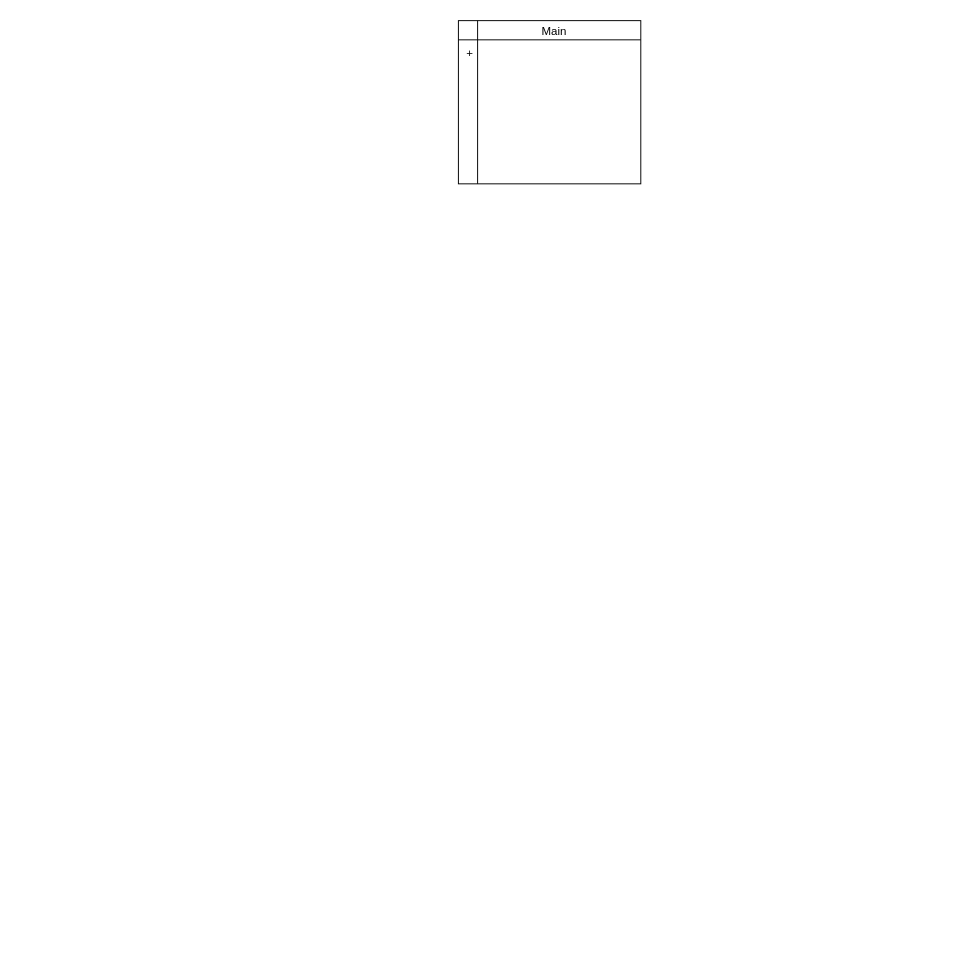
This is UML UD1.drawio from CS112-2564-Fall2024/ud1-usb-4-0, a draw.io file, before an edit. Source tidied: cells renumbered, new cells numbered last; positions are measured from the earlier drawing's top-left corner, leaving out a move shared by most shapes. Both pictures are drawn from the tidied source at 96%, with x=0, y=0 at pixel (458, 16).
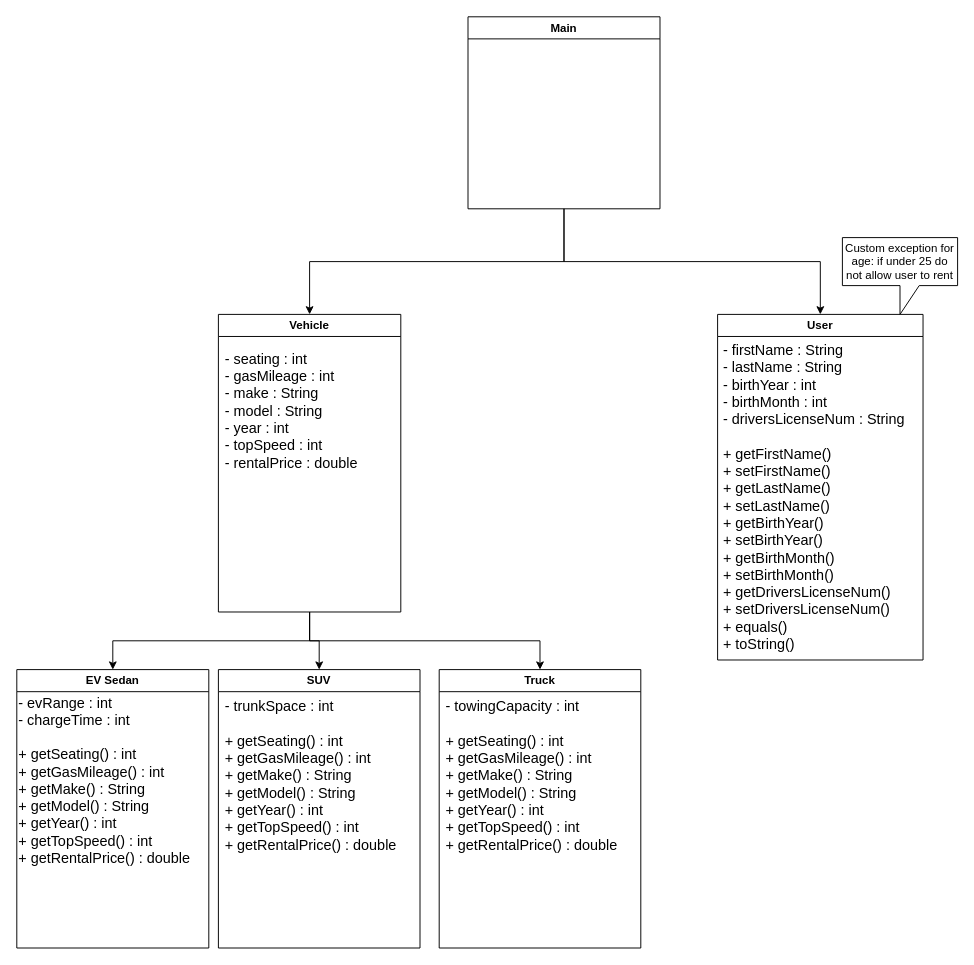
Above is the later version.

What changed in the source:
```diff
@@
 <mxGraphModel>
   <root>
     <mxCell id="0" />
     <mxCell id="1" parent="0" />
-    <mxCell id="2" style="shape=internalStorage;whiteSpace=wrap;html=1;backgroundOutline=1;" parent="1" vertex="1">
-      <mxGeometry y="4" width="190" height="170" as="geometry" />
-    </mxCell>
+    <mxCell id="5" style="edgeStyle=orthogonalEdgeStyle;rounded=0;jettySize=auto;html=1;entryX=0.5;entryY=0;entryDx=0;entryDy=0;" parent="1" edge="1" source="8" target="16">
+      <mxGeometry relative="1" as="geometry" />
+    </mxCell>
+    <mxCell id="6" style="edgeStyle=orthogonalEdgeStyle;rounded=0;jettySize=auto;html=1;entryX=0.5;entryY=0;entryDx=0;entryDy=0;exitX=0.5;exitY=1;exitDx=0;exitDy=0;" parent="1" edge="1" source="8" target="12">
+      <mxGeometry relative="1" as="geometry" />
+    </mxCell>
+    <mxCell id="7" style="edgeStyle=orthogonalEdgeStyle;rounded=0;jettySize=auto;html=1;entryX=0.5;entryY=0;entryDx=0;entryDy=0;exitX=0.5;exitY=1;exitDx=0;exitDy=0;" parent="1" edge="1" source="8" target="14">
+      <mxGeometry relative="1" as="geometry" />
+    </mxCell>
+    <mxCell id="8" value="Vehicle" style="swimlane;whiteSpace=wrap;html=1;" parent="1" vertex="1">
+      <mxGeometry x="-250" y="310" width="190" height="310" as="geometry" />
+    </mxCell>
+    <mxCell id="9" value="&lt;font style=&quot;font-size: 15px;&quot;&gt;- seating : int&lt;/font&gt;&lt;div style=&quot;font-size: 15px;&quot;&gt;&lt;font style=&quot;font-size: 15px;&quot;&gt;- gasMileage : int&lt;/font&gt;&lt;/div&gt;&lt;div style=&quot;font-size: 15px;&quot;&gt;&lt;font style=&quot;font-size: 15px;&quot;&gt;- make : String&lt;/font&gt;&lt;/div&gt;&lt;div style=&quot;font-size: 15px;&quot;&gt;&lt;font style=&quot;font-size: 15px;&quot;&gt;- model : String&lt;/font&gt;&lt;/div&gt;&lt;div style=&quot;font-size: 15px;&quot;&gt;&lt;font style=&quot;font-size: 15px;&quot;&gt;- year : int&lt;/font&gt;&lt;/div&gt;&lt;div style=&quot;font-size: 15px;&quot;&gt;&lt;font style=&quot;font-size: 15px;&quot;&gt;- topSpeed : int&lt;/font&gt;&lt;/div&gt;&lt;div style=&quot;font-size: 15px;&quot;&gt;&lt;font style=&quot;font-size: 15px;&quot;&gt;- rentalPrice : double&lt;/font&gt;&lt;/div&gt;" style="text;html=1;align=left;verticalAlign=middle;strokeColor=none;fillColor=none;" parent="8" vertex="1">
+      <mxGeometry x="5" y="30" width="160" height="140" as="geometry" />
+    </mxCell>
+    <mxCell id="10" value="User" style="swimlane;whiteSpace=wrap;html=1;" parent="1" vertex="1">
+      <mxGeometry x="270" y="310" width="214" height="360" as="geometry" />
+    </mxCell>
+    <mxCell id="11" value="&lt;span style=&quot;font-size: 15px;&quot;&gt;- firstName : String&lt;/span&gt;&lt;div&gt;&lt;span style=&quot;font-size: 15px;&quot;&gt;- lastName : String&lt;/span&gt;&lt;/div&gt;&lt;div&gt;&lt;span style=&quot;font-size: 15px;&quot;&gt;- birthYear : int&lt;/span&gt;&lt;/div&gt;&lt;div&gt;&lt;span style=&quot;font-size: 15px;&quot;&gt;- birthMonth : int&lt;/span&gt;&lt;/div&gt;&lt;div&gt;&lt;span style=&quot;font-size: 15px; background-color: initial;&quot;&gt;- driversLicenseNum : String&lt;/span&gt;&lt;/div&gt;&lt;div&gt;&lt;span style=&quot;font-size: 15px;&quot;&gt;&lt;br&gt;&lt;/span&gt;&lt;/div&gt;&lt;div&gt;&lt;span style=&quot;font-size: 15px;&quot;&gt;+ getFirstName()&lt;/span&gt;&lt;/div&gt;&lt;div&gt;&lt;span style=&quot;font-size: 15px;&quot;&gt;+ setFirstName()&lt;/span&gt;&lt;/div&gt;&lt;div&gt;&lt;span style=&quot;font-size: 15px;&quot;&gt;+ getLastName()&lt;/span&gt;&lt;/div&gt;&lt;div&gt;&lt;span style=&quot;font-size: 15px;&quot;&gt;+ setLastName()&lt;/span&gt;&lt;/div&gt;&lt;div&gt;&lt;span style=&quot;font-size: 15px;&quot;&gt;+ getBirthYear()&lt;/span&gt;&lt;/div&gt;&lt;div&gt;&lt;span style=&quot;font-size: 15px;&quot;&gt;+ setBirthYear()&lt;/span&gt;&lt;/div&gt;&lt;div&gt;&lt;span style=&quot;font-size: 15px;&quot;&gt;+ getBirthMonth()&lt;/span&gt;&lt;/div&gt;&lt;div&gt;&lt;span style=&quot;font-size: 15px;&quot;&gt;+ setBirthMonth()&lt;/span&gt;&lt;/div&gt;&lt;div&gt;&lt;span style=&quot;font-size: 15px;&quot;&gt;+ getDriversLicenseNum()&lt;/span&gt;&lt;/div&gt;&lt;div&gt;&lt;span style=&quot;font-size: 15px;&quot;&gt;+ setDriversLicenseNum()&lt;/span&gt;&lt;/div&gt;&lt;div&gt;&lt;span style=&quot;font-size: 15px;&quot;&gt;+ equals()&lt;/span&gt;&lt;/div&gt;&lt;div&gt;&lt;span style=&quot;font-size: 15px;&quot;&gt;+ toString()&lt;/span&gt;&lt;/div&gt;" style="text;html=1;align=left;verticalAlign=middle;strokeColor=none;fillColor=none;" parent="10" vertex="1">
+      <mxGeometry x="4" y="20" width="210" height="340" as="geometry" />
+    </mxCell>
+    <mxCell id="12" value="EV Sedan" style="swimlane;whiteSpace=wrap;html=1;" parent="1" vertex="1">
+      <mxGeometry x="-460" y="680" width="200" height="290" as="geometry" />
+    </mxCell>
+    <mxCell id="13" value="&lt;div style=&quot;font-size: 15px;&quot;&gt;- evRange : int&lt;/div&gt;&lt;div style=&quot;font-size: 15px;&quot;&gt;- chargeTime : int&lt;/div&gt;&lt;div style=&quot;font-size: 15px;&quot;&gt;&lt;br&gt;&lt;/div&gt;&lt;div style=&quot;font-size: 15px;&quot;&gt;&lt;div&gt;+ getSeating() : int&lt;/div&gt;&lt;div&gt;+ getGasMileage() : int&lt;/div&gt;&lt;div&gt;+ getMake() : String&lt;/div&gt;&lt;div&gt;+ getModel() : String&lt;/div&gt;&lt;div&gt;+ getYear() :&amp;nbsp;int&lt;/div&gt;&lt;div&gt;+ getTopSpeed() : int&lt;/div&gt;&lt;div&gt;+ getRentalPrice() : double&lt;/div&gt;&lt;/div&gt;" style="text;html=1;align=left;verticalAlign=middle;strokeColor=none;fillColor=none;" parent="12" vertex="1">
+      <mxGeometry y="20" width="200" height="190" as="geometry" />
+    </mxCell>
+    <mxCell id="14" value="Truck" style="swimlane;whiteSpace=wrap;html=1;" parent="1" vertex="1">
+      <mxGeometry x="-20" y="680" width="210" height="290" as="geometry" />
+    </mxCell>
+    <mxCell id="15" value="&lt;div style=&quot;font-size: 15px;&quot;&gt;- towingCapacity : int&lt;/div&gt;&lt;div style=&quot;font-size: 15px;&quot;&gt;&lt;br&gt;&lt;/div&gt;&lt;div style=&quot;font-size: 15px;&quot;&gt;&lt;div&gt;+ getSeating() : int&lt;/div&gt;&lt;div&gt;+ getGasMileage() : int&lt;/div&gt;&lt;div&gt;+ getMake() : String&lt;/div&gt;&lt;div&gt;+ getModel() : String&lt;/div&gt;&lt;div&gt;+ getYear() :&amp;nbsp;int&lt;/div&gt;&lt;div&gt;+ getTopSpeed() : int&lt;/div&gt;&lt;div&gt;+ getRentalPrice() : double&lt;/div&gt;&lt;/div&gt;" style="text;html=1;align=left;verticalAlign=middle;strokeColor=none;fillColor=none;" parent="14" vertex="1">
+      <mxGeometry x="4.5" y="20" width="200" height="180" as="geometry" />
+    </mxCell>
+    <mxCell id="16" value="SUV" style="swimlane;whiteSpace=wrap;html=1;" parent="1" vertex="1">
+      <mxGeometry x="-250" y="680" width="210" height="290" as="geometry" />
+    </mxCell>
+    <mxCell id="17" value="&lt;div style=&quot;font-size: 15px;&quot;&gt;- trunkSpace : int&lt;/div&gt;&lt;div style=&quot;font-size: 15px;&quot;&gt;&lt;br&gt;&lt;/div&gt;&lt;div style=&quot;font-size: 15px;&quot;&gt;+ getSeating() : int&lt;/div&gt;&lt;div style=&quot;font-size: 15px;&quot;&gt;+ getGasMileage() : int&lt;/div&gt;&lt;div style=&quot;font-size: 15px;&quot;&gt;+ getMake() : String&lt;/div&gt;&lt;div style=&quot;font-size: 15px;&quot;&gt;+ getModel() : String&lt;/div&gt;&lt;div style=&quot;font-size: 15px;&quot;&gt;+ getYear() :&amp;nbsp;int&lt;/div&gt;&lt;div style=&quot;font-size: 15px;&quot;&gt;+ getTopSpeed() : int&lt;/div&gt;&lt;div style=&quot;font-size: 15px;&quot;&gt;+ getRentalPrice() : double&lt;/div&gt;" style="text;html=1;align=left;verticalAlign=middle;strokeColor=none;fillColor=none;" parent="16" vertex="1">
+      <mxGeometry x="5" y="20" width="200" height="180" as="geometry" />
+    </mxCell>
+    <mxCell id="18" style="edgeStyle=orthogonalEdgeStyle;rounded=0;jettySize=auto;html=1;entryX=0.5;entryY=0;entryDx=0;entryDy=0;exitX=0.5;exitY=1;exitDx=0;exitDy=0;" parent="1" edge="1" source="3" target="8">
+      <mxGeometry relative="1" as="geometry" />
+    </mxCell>
+    <mxCell id="19" style="edgeStyle=orthogonalEdgeStyle;rounded=0;jettySize=auto;html=1;entryX=0.5;entryY=0;entryDx=0;entryDy=0;exitX=0.5;exitY=1;exitDx=0;exitDy=0;" parent="1" edge="1" source="3" target="10">
+      <mxGeometry relative="1" as="geometry" />
+    </mxCell>
-    <mxCell id="3" value="Main" style="text;html=1;align=center;verticalAlign=middle;whiteSpace=wrap;rounded=0;" parent="1" vertex="1">
-      <mxGeometry x="10" width="180" height="30" as="geometry" />
+    <mxCell id="3" value="Main" style="swimlane;whiteSpace=wrap;html=1;" parent="1" vertex="1">
+      <mxGeometry x="10" width="200" height="200" as="geometry" />
     </mxCell>
-    <mxCell id="4" value="&amp;nbsp; +&amp;nbsp; &amp;nbsp;&amp;nbsp;" style="text;html=1;align=left;verticalAlign=top;whiteSpace=wrap;rounded=0;" parent="1" vertex="1">
-      <mxGeometry y="24" width="190" height="150" as="geometry" />
-    </mxCell>
+    <mxCell id="20" value="Custom exception for age: if under 25 do not allow user to rent" style="shape=callout;whiteSpace=wrap;html=1;perimeter=calloutPerimeter;" parent="1" vertex="1">
+      <mxGeometry x="400" y="230" width="120" height="80" as="geometry" />
+    </mxCell>
   </root>
 </mxGraphModel>
```
